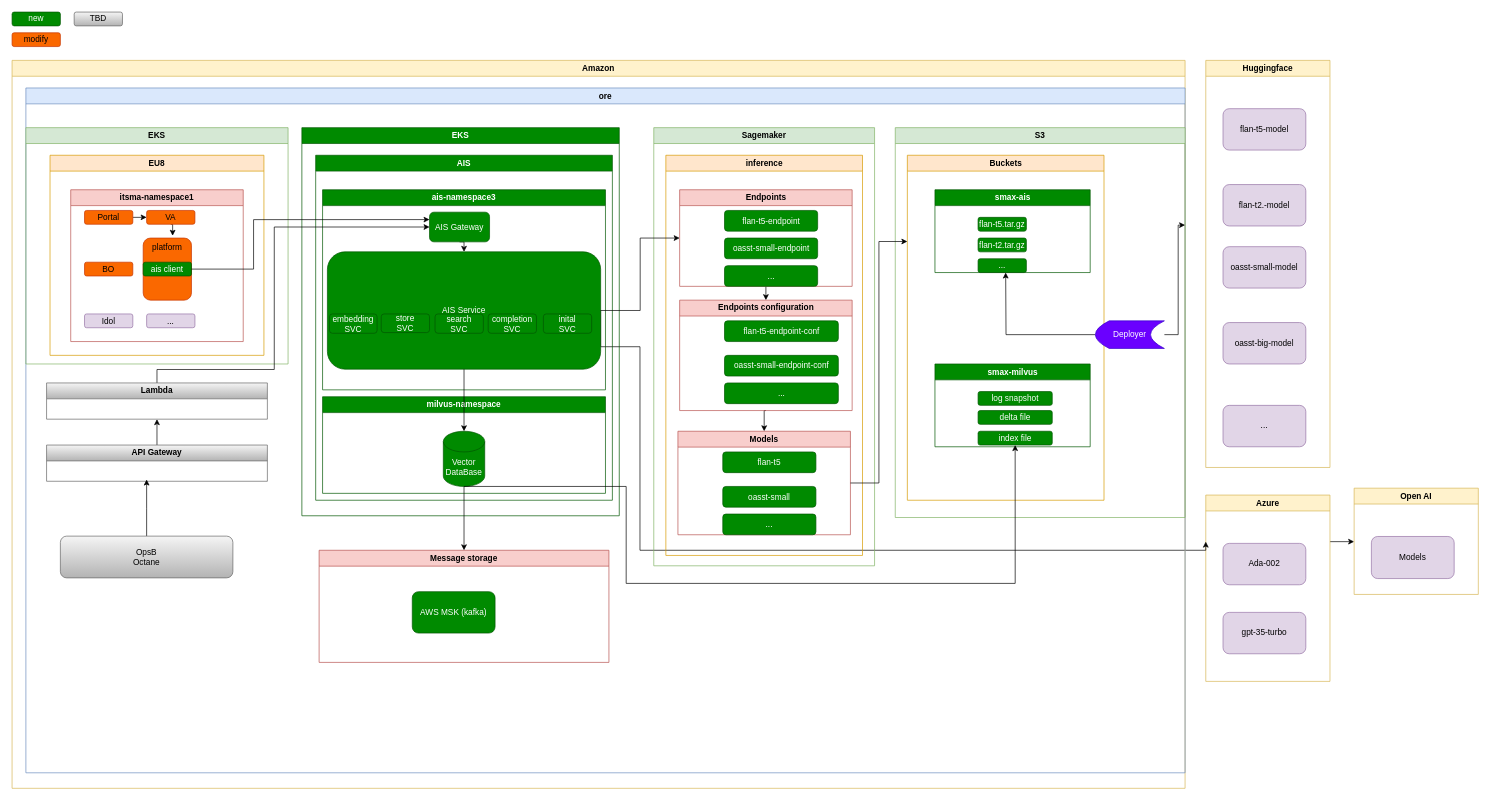
The draw.io diagram LLM/topology.drawio in Ice-YcY/Diagram, before the edit. Source tidied: cells renumbered, new cells numbered last; positions are measured from the earlier drawing's top-left corner, leaving out a move shared by most shapes. Both pictures are drawn from the tidied source at 69%, with x=0, y=0 at pixel (12, 12).
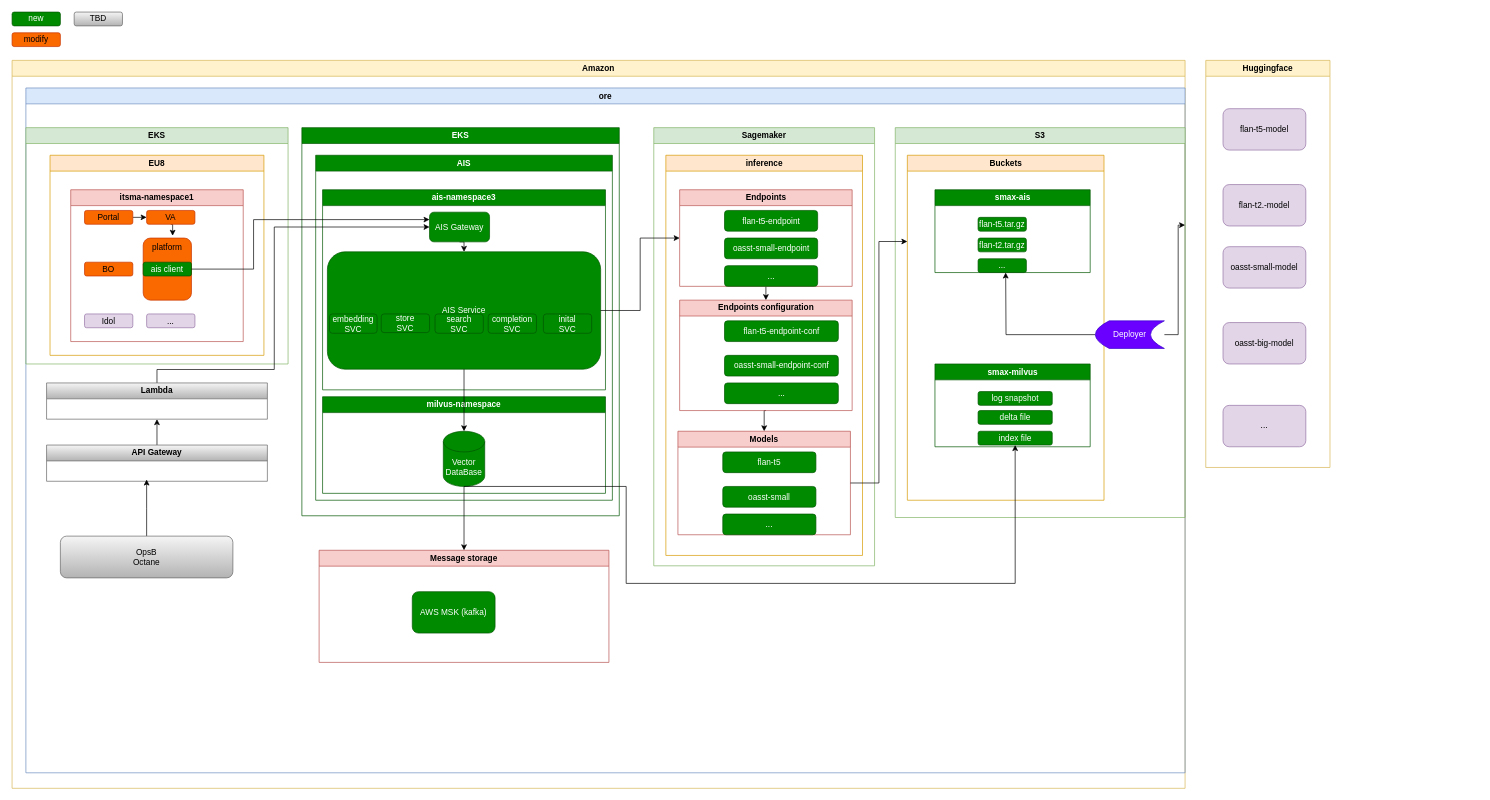
Above is the later version.

Unchanged cells that the change refers to:
```xml
<mxCell id="67" value="AIS Service" style="rounded=1;whiteSpace=wrap;html=1;fillColor=#008a00;strokeColor=#005700;fontColor=#ffffff;" parent="64" vertex="1">
  <mxGeometry x="7" y="90" width="396" height="170" as="geometry" />
</mxCell>
```

Diff of the diagram source:
```diff
@@
-    <mxCell id="10" style="edgeStyle=orthogonalEdgeStyle;rounded=0;jettySize=auto;html=1;exitX=1;exitY=0.25;exitDx=0;exitDy=0;entryX=0;entryY=0.5;entryDx=0;entryDy=0;" parent="1" edge="1" source="11" target="14">
-      <mxGeometry relative="1" as="geometry" />
-    </mxCell>
-    <mxCell id="11" value="Azure" style="swimlane;whiteSpace=wrap;html=1;fillColor=#fff2cc;strokeColor=#d6b656;startSize=23;" parent="1" vertex="1">
-      <mxGeometry x="1730" y="700" width="180" height="270" as="geometry" />
-    </mxCell>
-    <mxCell id="12" value="gpt-35-turbo" style="rounded=1;whiteSpace=wrap;html=1;fillColor=#e1d5e7;strokeColor=#9673a6;" parent="11" vertex="1">
-      <mxGeometry x="25" y="170" width="120" height="60" as="geometry" />
-    </mxCell>
-    <mxCell id="13" value="Ada-002" style="rounded=1;whiteSpace=wrap;html=1;fillColor=#e1d5e7;strokeColor=#9673a6;" parent="11" vertex="1">
-      <mxGeometry x="25" y="70" width="120" height="60" as="geometry" />
-    </mxCell>
-    <mxCell id="14" value="Open AI" style="swimlane;whiteSpace=wrap;html=1;fillColor=#fff2cc;strokeColor=#d6b656;startSize=23;" parent="1" vertex="1">
-      <mxGeometry x="1945" y="690" width="180" height="154" as="geometry" />
-    </mxCell>
-    <mxCell id="15" value="Models" style="rounded=1;whiteSpace=wrap;html=1;fillColor=#e1d5e7;strokeColor=#9673a6;" parent="14" vertex="1">
-      <mxGeometry x="25" y="70" width="120" height="61" as="geometry" />
-    </mxCell>
-    <mxCell id="16" style="edgeStyle=orthogonalEdgeStyle;rounded=0;jettySize=auto;html=1;exitX=1;exitY=0.5;exitDx=0;exitDy=0;entryX=0;entryY=0.25;entryDx=0;entryDy=0;" parent="1" edge="1" source="67" target="11">
-      <mxGeometry relative="1" as="geometry">
-        <Array as="points">
-          <mxPoint x="853" y="485" />
-          <mxPoint x="910" y="485" />
-          <mxPoint x="910" y="780" />
-          <mxPoint x="1730" y="780" />
-        </Array>
-      </mxGeometry>
-    </mxCell>
```
